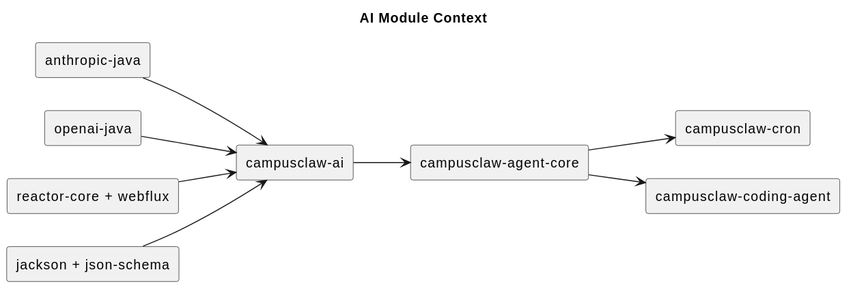
This is docs/designs/ai/module-context.svg from 2862282695gjh-afk/pi-mono-java, a PlantUML export, as it was before one commit. The source it was exported from:
```plantuml
@startuml
title AI Module Context
left to right direction
skinparam componentStyle rectangle


component "campusclaw-ai" as ai
component "campusclaw-agent-core" as core
component "campusclaw-cron" as cron
component "campusclaw-coding-agent" as cli
component "anthropic-java" as anthropic
component "openai-java" as openai
component "reactor-core + webflux" as reactor
component "jackson + json-schema" as jackson

anthropic --> ai
openai --> ai
reactor --> ai
jackson --> ai
ai --> core
core --> cron
core --> cli
@enduml
```
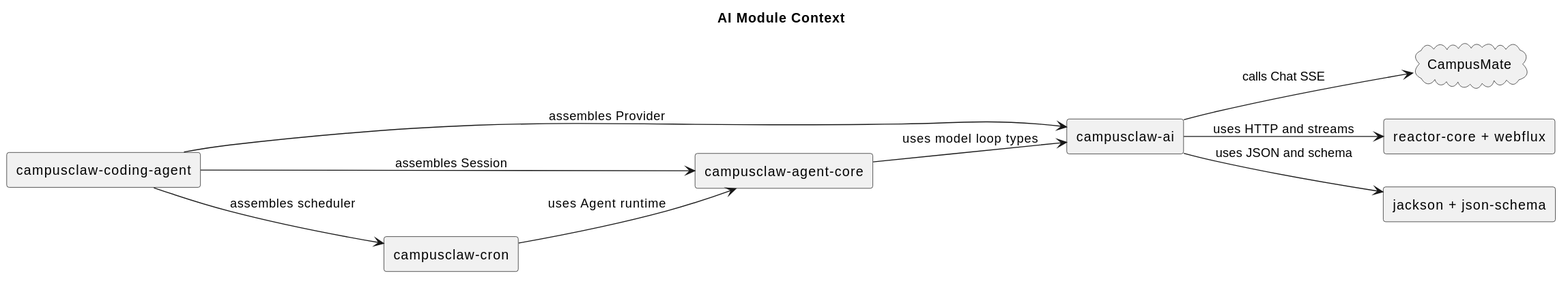
The same file after the commit.

What changed in the source:
```diff
@@ -4,20 +4,20 @@
 skinparam componentStyle rectangle
 
 
+cloud CampusMate
 component "campusclaw-ai" as ai
 component "campusclaw-agent-core" as core
 component "campusclaw-cron" as cron
-component "campusclaw-coding-agent" as cli
-component "anthropic-java" as anthropic
-component "openai-java" as openai
+component "campusclaw-coding-agent" as service
 component "reactor-core + webflux" as reactor
 component "jackson + json-schema" as jackson
 
-anthropic --> ai
-openai --> ai
-reactor --> ai
-jackson --> ai
-ai --> core
-core --> cron
-core --> cli
+ai --> CampusMate : calls Chat SSE
+ai --> reactor : uses HTTP and streams
+ai --> jackson : uses JSON and schema
+core --> ai : uses model loop types
+cron --> core : uses Agent runtime
+service --> ai : assembles Provider
+service --> core : assembles Session
+service --> cron : assembles scheduler
 @enduml
```
